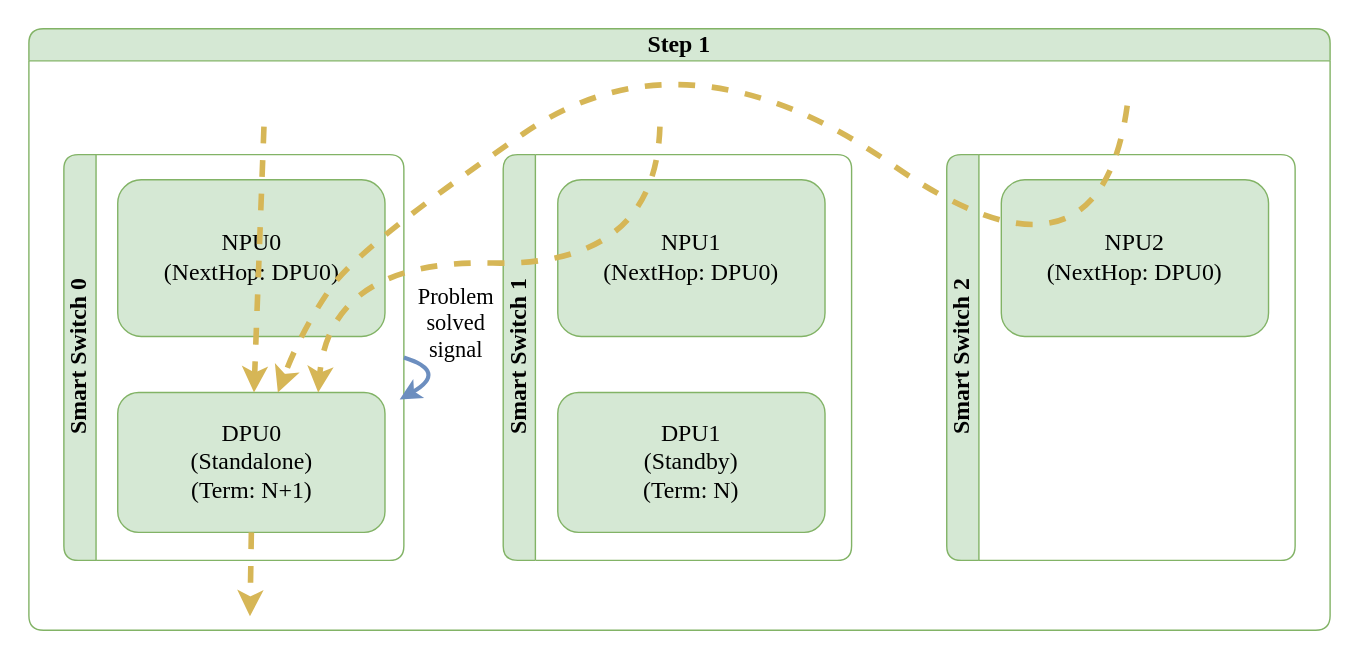
Above: doc/smart-switch/high-availability/images/ha-unplanned-events-exit-standalone-step-1.svg in sonic-net/SONiC (draw.io), before the change. Source tidied: cells renumbered, new cells last; positions are measured from the earlier drawing's top-left corner, leaving out a move shared by most shapes.
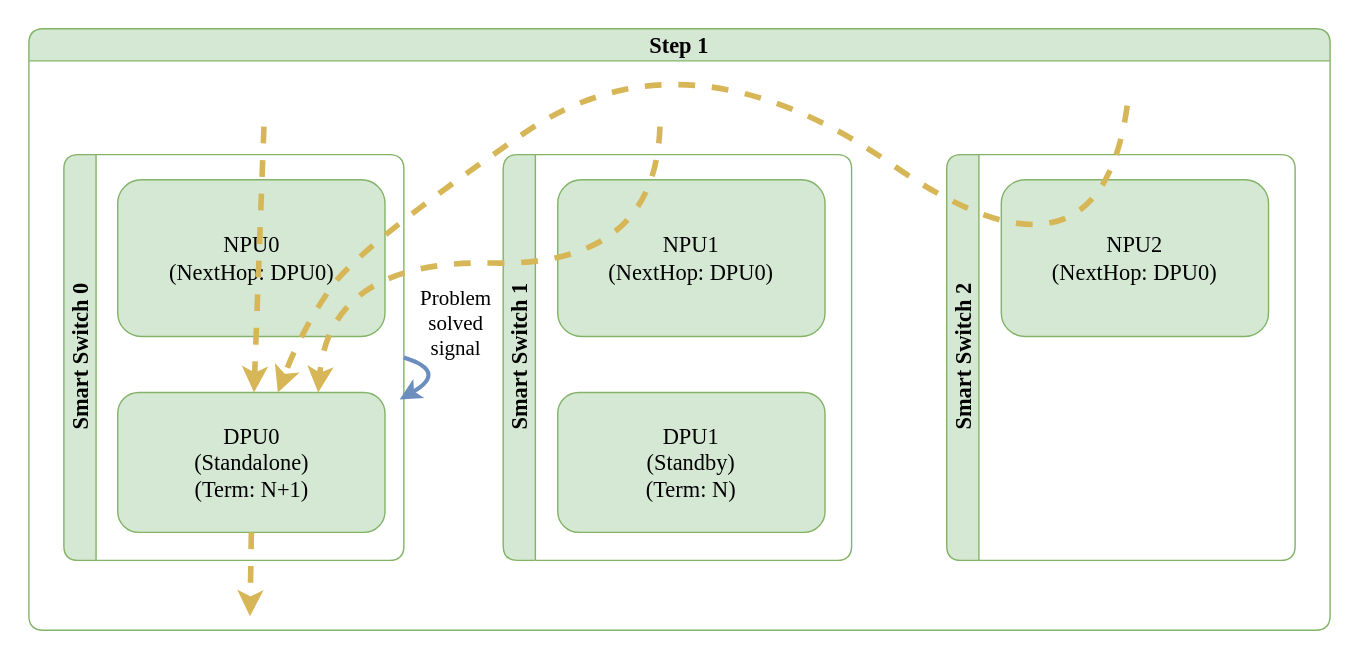
After the change.

What changed in the source:
```diff
@@ -2,33 +2,33 @@
   <root>
     <mxCell id="0" />
     <mxCell id="1" parent="0" />
-    <mxCell id="2" value="Step 1" style="swimlane;horizontal=1;whiteSpace=wrap;html=1;rounded=1;labelBorderColor=none;strokeColor=#82b366;fontFamily=Consolas;fontSize=17;startSize=23;fillColor=#d5e8d4;swimlaneFillColor=#FFFFFF;" parent="1" vertex="1">
+    <mxCell id="2" value="Step 1" style="swimlane;horizontal=1;whiteSpace=wrap;html=1;rounded=1;labelBorderColor=none;strokeColor=#82b366;fontFamily=Monaco;fontSize=16;startSize=23;fillColor=#d5e8d4;swimlaneFillColor=#FFFFFF;" parent="1" vertex="1">
       <mxGeometry y="5" width="930" height="430" as="geometry" />
     </mxCell>
-    <mxCell id="3" value="Smart Switch 0" style="swimlane;horizontal=0;whiteSpace=wrap;html=1;rounded=1;labelBorderColor=none;strokeColor=#82b366;fontFamily=Consolas;fontSize=17;startSize=23;fillColor=#d5e8d4;swimlaneFillColor=#FFFFFF;" parent="2" vertex="1">
+    <mxCell id="3" value="Smart Switch 0" style="swimlane;horizontal=0;whiteSpace=wrap;html=1;rounded=1;labelBorderColor=none;strokeColor=#82b366;fontFamily=Monaco;fontSize=16;startSize=23;fillColor=#d5e8d4;swimlaneFillColor=#FFFFFF;" parent="2" vertex="1">
       <mxGeometry x="25" y="90" width="243" height="290" as="geometry" />
     </mxCell>
-    <mxCell id="4" value="NPU0&lt;br style=&quot;font-size: 17px;&quot;&gt;(NextHop: DPU0)" style="rounded=1;whiteSpace=wrap;html=1;strokeColor=#82b366;fontFamily=Consolas;fontSize=17;startSize=23;fillColor=#d5e8d4;" parent="3" vertex="1">
+    <mxCell id="4" value="NPU0&lt;br style=&quot;font-size: 16px;&quot;&gt;(NextHop: DPU0)" style="rounded=1;whiteSpace=wrap;html=1;strokeColor=#82b366;fontFamily=Monaco;fontSize=16;startSize=23;fillColor=#d5e8d4;" parent="3" vertex="1">
       <mxGeometry x="38.5" y="18" width="191" height="112" as="geometry" />
     </mxCell>
-    <mxCell id="5" value="DPU0&lt;br style=&quot;border-color: var(--border-color); font-size: 17px;&quot;&gt;(Standalone)&lt;br style=&quot;font-size: 17px;&quot;&gt;(Term: N+1)" style="rounded=1;whiteSpace=wrap;html=1;strokeColor=#82b366;fontFamily=Consolas;fontSize=17;startSize=23;fillColor=#d5e8d4;" parent="3" vertex="1">
+    <mxCell id="5" value="DPU0&lt;br style=&quot;border-color: var(--border-color); font-size: 16px;&quot;&gt;(Standalone)&lt;br style=&quot;font-size: 16px;&quot;&gt;(Term: N+1)" style="rounded=1;whiteSpace=wrap;html=1;strokeColor=#82b366;fontFamily=Monaco;fontSize=16;startSize=23;fillColor=#d5e8d4;" parent="3" vertex="1">
       <mxGeometry x="38.5" y="170" width="191" height="100" as="geometry" />
     </mxCell>
-    <mxCell id="6" value="Smart Switch 1" style="swimlane;horizontal=0;whiteSpace=wrap;html=1;rounded=1;labelBorderColor=none;strokeColor=#82b366;fontFamily=Consolas;fontSize=17;startSize=23;fillColor=#d5e8d4;swimlaneFillColor=#FFFFFF;" parent="2" vertex="1">
+    <mxCell id="6" value="Smart Switch 1" style="swimlane;horizontal=0;whiteSpace=wrap;html=1;rounded=1;labelBorderColor=none;strokeColor=#82b366;fontFamily=Monaco;fontSize=16;startSize=23;fillColor=#d5e8d4;swimlaneFillColor=#FFFFFF;" parent="2" vertex="1">
       <mxGeometry x="339" y="90" width="249" height="290" as="geometry" />
     </mxCell>
-    <mxCell id="7" value="NPU1&lt;br style=&quot;font-size: 17px;&quot;&gt;(NextHop: DPU0)" style="rounded=1;whiteSpace=wrap;html=1;strokeColor=#82b366;fontFamily=Consolas;fontSize=17;startSize=23;fillColor=#d5e8d4;" parent="6" vertex="1">
+    <mxCell id="7" value="NPU1&lt;br style=&quot;font-size: 16px;&quot;&gt;(NextHop: DPU0)" style="rounded=1;whiteSpace=wrap;html=1;strokeColor=#82b366;fontFamily=Monaco;fontSize=16;startSize=23;fillColor=#d5e8d4;" parent="6" vertex="1">
       <mxGeometry x="39" y="18" width="191" height="112" as="geometry" />
     </mxCell>
-    <mxCell id="8" value="DPU1&lt;br style=&quot;border-color: var(--border-color); font-size: 17px;&quot;&gt;(Standby)&lt;br style=&quot;border-color: var(--border-color); font-size: 17px;&quot;&gt;(Term: N)" style="rounded=1;whiteSpace=wrap;html=1;strokeColor=#82b366;fontFamily=Consolas;fontSize=17;startSize=23;fillColor=#d5e8d4;" parent="6" vertex="1">
+    <mxCell id="8" value="DPU1&lt;br style=&quot;border-color: var(--border-color); font-size: 16px;&quot;&gt;(Standby)&lt;br style=&quot;border-color: var(--border-color); font-size: 16px;&quot;&gt;(Term: N)" style="rounded=1;whiteSpace=wrap;html=1;strokeColor=#82b366;fontFamily=Monaco;fontSize=16;startSize=23;fillColor=#d5e8d4;" parent="6" vertex="1">
       <mxGeometry x="39" y="170" width="191" height="100" as="geometry" />
     </mxCell>
-    <mxCell id="9" style="curved=1;endArrow=classic;html=1;rounded=0;fillColor=#fff2cc;strokeColor=#d6b656;strokeWidth=4;dashed=1;endFill=1;fontFamily=Consolas;fontSize=17;" parent="2" edge="1" target="5">
+    <mxCell id="9" style="curved=1;endArrow=classic;html=1;rounded=0;fillColor=#fff2cc;strokeColor=#d6b656;strokeWidth=4;dashed=1;endFill=1;fontFamily=Monaco;fontSize=16;" parent="2" edge="1" target="5">
       <mxGeometry relative="1" as="geometry">
         <mxPoint x="168" y="70" as="sourcePoint" />
       </mxGeometry>
     </mxCell>
-    <mxCell id="10" style="curved=1;endArrow=classic;html=1;rounded=0;entryX=0.75;entryY=0;entryDx=0;entryDy=0;fillColor=#fff2cc;strokeColor=#d6b656;strokeWidth=4;dashed=1;endFill=1;fontFamily=Consolas;fontSize=17;" parent="2" edge="1" target="5">
+    <mxCell id="10" style="curved=1;endArrow=classic;html=1;rounded=0;entryX=0.75;entryY=0;entryDx=0;entryDy=0;fillColor=#fff2cc;strokeColor=#d6b656;strokeWidth=4;dashed=1;endFill=1;fontFamily=Monaco;fontSize=16;" parent="2" edge="1" target="5">
       <mxGeometry relative="1" as="geometry">
         <mxPoint x="451" y="70" as="sourcePoint" />
         <Array as="points">
@@ -37,18 +37,18 @@
         </Array>
       </mxGeometry>
     </mxCell>
-    <mxCell id="11" style="endArrow=classic;html=1;rounded=0;fillColor=#fff2cc;strokeColor=#d6b656;strokeWidth=4;dashed=1;endFill=1;exitX=0.5;exitY=1;exitDx=0;exitDy=0;fontFamily=Consolas;fontSize=17;" parent="2" edge="1" source="5">
+    <mxCell id="11" style="endArrow=classic;html=1;rounded=0;fillColor=#fff2cc;strokeColor=#d6b656;strokeWidth=4;dashed=1;endFill=1;exitX=0.5;exitY=1;exitDx=0;exitDy=0;fontFamily=Monaco;fontSize=16;" parent="2" edge="1" source="5">
       <mxGeometry relative="1" as="geometry">
         <mxPoint x="158" y="420" as="targetPoint" />
       </mxGeometry>
     </mxCell>
-    <mxCell id="12" value="Smart Switch 2" style="swimlane;horizontal=0;whiteSpace=wrap;html=1;rounded=1;labelBorderColor=none;strokeColor=#82b366;fontFamily=Consolas;fontSize=17;startSize=23;fillColor=#d5e8d4;swimlaneFillColor=#FFFFFF;" parent="2" vertex="1">
+    <mxCell id="12" value="Smart Switch 2" style="swimlane;horizontal=0;whiteSpace=wrap;html=1;rounded=1;labelBorderColor=none;strokeColor=#82b366;fontFamily=Monaco;fontSize=16;startSize=23;fillColor=#d5e8d4;swimlaneFillColor=#FFFFFF;" parent="2" vertex="1">
       <mxGeometry x="656" y="90" width="249" height="290" as="geometry" />
     </mxCell>
-    <mxCell id="13" value="NPU2&lt;br style=&quot;font-size: 17px;&quot;&gt;(NextHop: DPU0)" style="rounded=1;whiteSpace=wrap;html=1;strokeColor=#82b366;fontFamily=Consolas;fontSize=17;startSize=23;fillColor=#d5e8d4;" parent="12" vertex="1">
+    <mxCell id="13" value="NPU2&lt;br style=&quot;font-size: 16px;&quot;&gt;(NextHop: DPU0)" style="rounded=1;whiteSpace=wrap;html=1;strokeColor=#82b366;fontFamily=Monaco;fontSize=16;startSize=23;fillColor=#d5e8d4;" parent="12" vertex="1">
       <mxGeometry x="39" y="18" width="191" height="112" as="geometry" />
     </mxCell>
-    <mxCell id="14" value="Problem&lt;br style=&quot;font-size: 16px;&quot;&gt;solved&lt;br style=&quot;font-size: 16px;&quot;&gt;signal" style="endArrow=classic;startArrow=none;html=1;fillColor=#dae8fc;strokeColor=#6c8ebf;strokeWidth=3;fontFamily=Consolas;fontSize=16;startFill=0;endFill=1;labelBackgroundColor=none;curved=1;exitX=1;exitY=0.5;exitDx=0;exitDy=0;" parent="2" edge="1" source="3">
+    <mxCell id="14" value="Problem&lt;br style=&quot;font-size: 15px;&quot;&gt;solved&lt;br style=&quot;font-size: 15px;&quot;&gt;signal" style="endArrow=classic;startArrow=none;html=1;fillColor=#dae8fc;strokeColor=#6c8ebf;strokeWidth=3;fontFamily=Monaco;fontSize=15;startFill=0;endFill=1;labelBackgroundColor=none;curved=1;exitX=1;exitY=0.5;exitDx=0;exitDy=0;" parent="2" edge="1" source="3">
       <mxGeometry x="-0.25" y="35" relative="1" as="geometry">
         <mxPoint x="265" y="265" as="targetPoint" />
         <Array as="points">
@@ -56,7 +56,7 @@
         </Array>
       </mxGeometry>
     </mxCell>
-    <mxCell id="15" style="curved=1;endArrow=classic;html=1;rounded=0;fillColor=#fff2cc;strokeColor=#d6b656;strokeWidth=4;dashed=1;endFill=1;fontFamily=Consolas;fontSize=17;" parent="2" edge="1" target="5">
+    <mxCell id="15" style="curved=1;endArrow=classic;html=1;rounded=0;fillColor=#fff2cc;strokeColor=#d6b656;strokeWidth=4;dashed=1;endFill=1;fontFamily=Monaco;fontSize=16;" parent="2" edge="1" target="5">
       <mxGeometry relative="1" as="geometry">
         <mxPoint x="785" y="55" as="sourcePoint" />
         <Array as="points">
```
